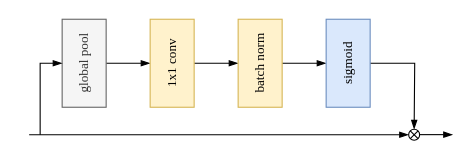
The draw.io diagram page "ARM" (2 of 4) of BiseNet.drawio in qjl988/drawio, before the edit. Source tidied: cells renumbered, new cells numbered last; positions are measured from the earlier drawing's top-left corner, leaving out a move shared by most shapes. Both pictures are drawn from the tidied source at 110%, with x=0, y=0 at pixel (29, 41).
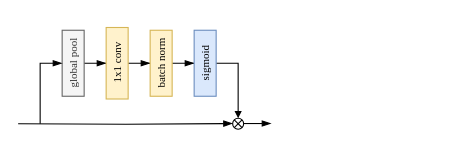
The same diagram, later.

Diff of the diagram source:
```diff
@@
 <mxGraphModel>
   <root>
     <mxCell id="0" />
     <mxCell id="1" parent="0" />
     <mxCell id="2" style="edgeStyle=orthogonalEdgeStyle;rounded=0;jettySize=auto;html=1;entryX=0.5;entryY=0;entryDx=0;entryDy=0;endArrow=blockThin;endFill=1;fontFamily=Times New Roman;fontStyle=0;" parent="1" edge="1" source="3" target="5">
       <mxGeometry relative="1" as="geometry" />
     </mxCell>
-    <mxCell id="3" value="global pool" style="rounded=0;whiteSpace=wrap;html=1;rotation=-90;fillColor=#f5f5f5;strokeColor=#666666;fontStyle=0;fontColor=#333333;fontFamily=Times New Roman;" parent="1" vertex="1">
-      <mxGeometry x="10" width="80" height="40" as="geometry" />
+    <mxCell id="3" value="global pool" style="rounded=0;whiteSpace=wrap;html=1;rotation=-90;fillColor=#f5f5f5;strokeColor=#666666;fontStyle=0;fontColor=#333333;fontFamily=Times New Roman;fontSize=10;" parent="1" vertex="1">
+      <mxGeometry x="10" y="10" width="60" height="20" as="geometry" />
     </mxCell>
     <mxCell id="4" style="edgeStyle=orthogonalEdgeStyle;rounded=0;jettySize=auto;html=1;entryX=0.5;entryY=0;entryDx=0;entryDy=0;endArrow=blockThin;endFill=1;fontFamily=Times New Roman;fontStyle=0;" parent="1" edge="1" source="5" target="7">
       <mxGeometry relative="1" as="geometry" />
     </mxCell>
-    <mxCell id="5" value="1x1 conv" style="rounded=0;whiteSpace=wrap;html=1;rotation=-90;fillColor=#fff2cc;strokeColor=#d6b656;fontStyle=0;fontFamily=Times New Roman;" parent="1" vertex="1">
-      <mxGeometry x="90" width="80" height="40" as="geometry" />
+    <mxCell id="5" value="1x1 conv" style="rounded=0;whiteSpace=wrap;html=1;rotation=-90;fillColor=#fff2cc;strokeColor=#d6b656;fontStyle=0;fontFamily=Times New Roman;fontSize=10;" parent="1" vertex="1">
+      <mxGeometry x="47.5" y="10" width="65" height="20" as="geometry" />
     </mxCell>
     <mxCell id="6" style="edgeStyle=orthogonalEdgeStyle;rounded=0;jettySize=auto;html=1;endArrow=blockThin;endFill=1;fontFamily=Times New Roman;fontStyle=0;" parent="1" edge="1" source="7" target="9">
       <mxGeometry relative="1" as="geometry" />
     </mxCell>
-    <mxCell id="7" value="batch norm" style="rounded=0;whiteSpace=wrap;html=1;rotation=-90;fillColor=#fff2cc;strokeColor=#d6b656;fontStyle=0;fontFamily=Times New Roman;" parent="1" vertex="1">
-      <mxGeometry x="170" width="80" height="40" as="geometry" />
+    <mxCell id="7" value="batch norm" style="rounded=0;whiteSpace=wrap;html=1;rotation=-90;fillColor=#fff2cc;strokeColor=#d6b656;fontStyle=0;fontFamily=Times New Roman;fontSize=10;" parent="1" vertex="1">
+      <mxGeometry x="90" y="10" width="60" height="20" as="geometry" />
     </mxCell>
-    <mxCell id="8" style="edgeStyle=orthogonalEdgeStyle;rounded=0;jettySize=auto;html=1;endArrow=blockThin;endFill=1;fontFamily=Times New Roman;fontStyle=0;" parent="1" edge="1" source="9">
-      <mxGeometry relative="1" as="geometry">
-        <mxPoint x="350" y="80" as="targetPoint" />
-      </mxGeometry>
-    </mxCell>
+    <mxCell id="14" style="edgeStyle=orthogonalEdgeStyle;rounded=0;jettySize=auto;html=1;entryX=0.5;entryY=0;entryDx=0;entryDy=0;endArrow=block;endFill=1;endSize=4;" parent="1" edge="1" source="9" target="13">
+      <mxGeometry relative="1" as="geometry" />
+    </mxCell>
-    <mxCell id="9" value="sigmoid" style="rounded=0;whiteSpace=wrap;html=1;rotation=-90;fillColor=#dae8fc;strokeColor=#6c8ebf;fontStyle=0;fontFamily=Times New Roman;" parent="1" vertex="1">
-      <mxGeometry x="250" width="80" height="40" as="geometry" />
+    <mxCell id="9" value="sigmoid" style="rounded=0;whiteSpace=wrap;html=1;rotation=-90;fillColor=#dae8fc;strokeColor=#6c8ebf;fontStyle=0;fontFamily=Times New Roman;fontSize=10;" parent="1" vertex="1">
+      <mxGeometry x="130" y="10" width="60" height="20" as="geometry" />
     </mxCell>
     <mxCell id="10" style="edgeStyle=orthogonalEdgeStyle;rounded=0;orthogonalLoop=1;jettySize=auto;html=1;endArrow=blockThin;endFill=1;fontFamily=Times New Roman;fontStyle=0;" parent="1" edge="1">
       <mxGeometry relative="1" as="geometry">
-        <mxPoint x="355" y="84.9" as="sourcePoint" />
-        <mxPoint x="385" y="84.9" as="targetPoint" />
+        <mxPoint x="195" y="74.8" as="sourcePoint" />
+        <mxPoint x="220" y="74.8" as="targetPoint" />
       </mxGeometry>
     </mxCell>
-    <mxCell id="11" style="endArrow=blockThin;html=1;rounded=0;entryX=0;entryY=1;entryDx=0;entryDy=0;endFill=1;fontFamily=Times New Roman;fontStyle=0;" parent="1" edge="1">
-      <mxGeometry relative="1" as="geometry">
-        <mxPoint y="85" as="sourcePoint" />
-        <mxPoint x="345" y="85" as="targetPoint" />
-      </mxGeometry>
-    </mxCell>
     <mxCell id="12" style="endArrow=blockThin;html=1;rounded=0;entryX=0.5;entryY=0;entryDx=0;entryDy=0;endFill=1;fontFamily=Times New Roman;fontStyle=0;" parent="1" edge="1" target="3">
       <mxGeometry relative="1" as="geometry">
-        <mxPoint x="10" y="85" as="sourcePoint" />
+        <mxPoint x="10" y="75" as="sourcePoint" />
         <Array as="points">
           <mxPoint x="10" y="20" />
         </Array>
       </mxGeometry>
     </mxCell>
     <mxCell id="13" style="shape=sumEllipse;perimeter=ellipsePerimeter;whiteSpace=wrap;html=1;backgroundOutline=1;fontFamily=Times New Roman;fontStyle=0;" parent="1" vertex="1">
-      <mxGeometry x="345" y="80" width="10" height="10" as="geometry" />
+      <mxGeometry x="185" y="70" width="10" height="10" as="geometry" />
     </mxCell>
+    <mxCell id="15" style="edgeStyle=orthogonalEdgeStyle;rounded=0;orthogonalLoop=1;jettySize=auto;html=1;endArrow=blockThin;endFill=1;fontFamily=Times New Roman;fontStyle=0;" parent="1" edge="1">
+      <mxGeometry relative="1" as="geometry">
+        <mxPoint x="-10" y="75" as="sourcePoint" />
+        <mxPoint x="185" y="74.8" as="targetPoint" />
+      </mxGeometry>
+    </mxCell>
   </root>
 </mxGraphModel>
```
